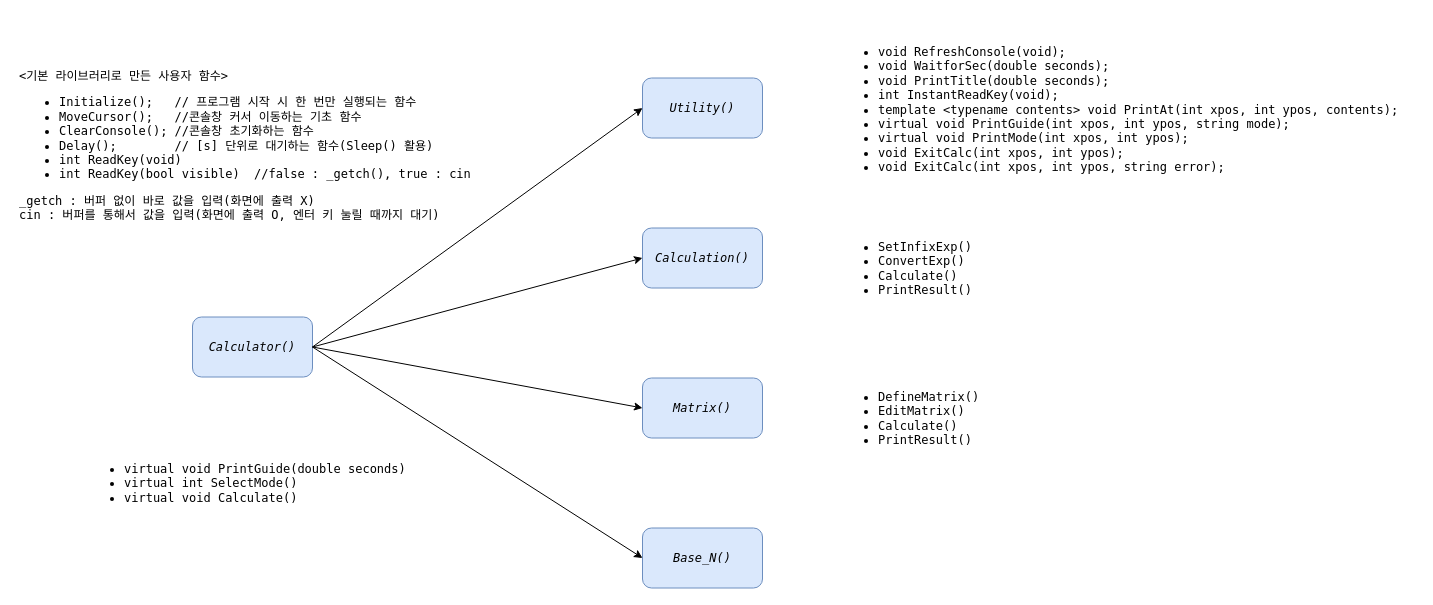
The draw.io diagram Class hierarchy.drawio in vimpelican/project-introduction-to-programming-2, before the edit. Source tidied: cells renumbered, new cells numbered last; positions are measured from the earlier drawing's top-left corner, leaving out a move shared by most shapes. Both pictures are drawn from the tidied source at 100%, with x=0, y=0 at pixel (17, 17).
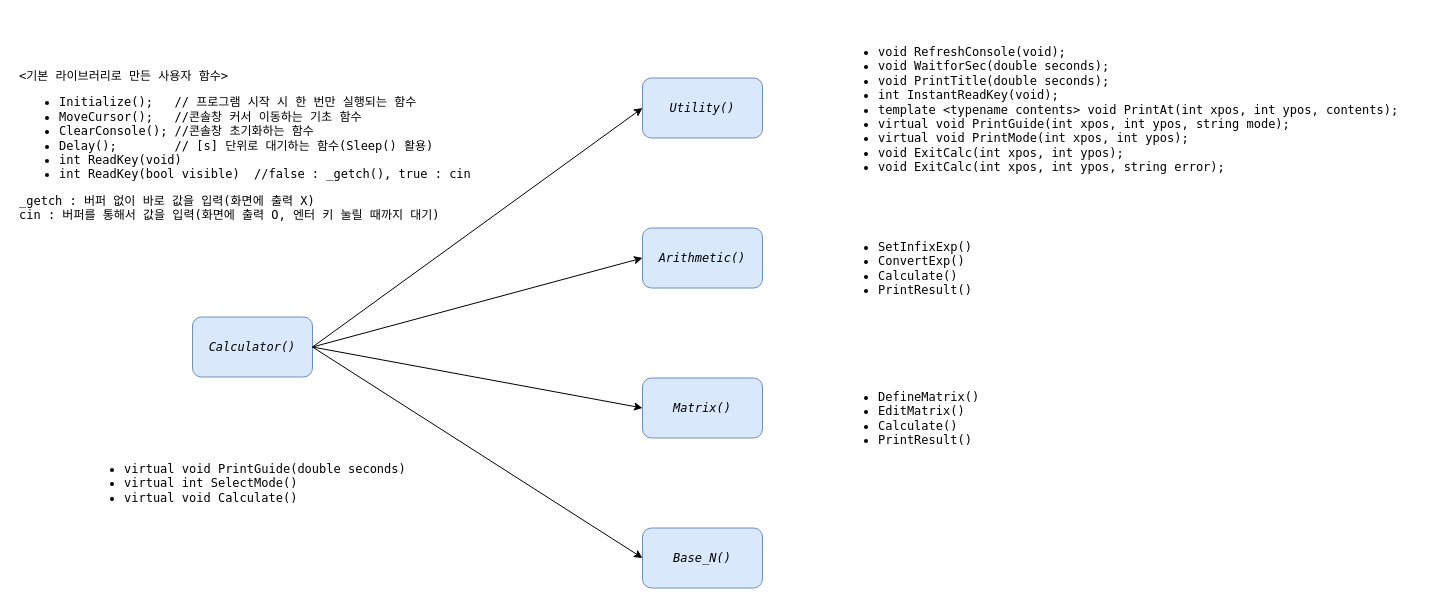
The same page after the edit.

Commit message (it also covers changes not shown here):
Rename class(from calculation to arithmetic)

Change to the diagram source:
```diff
@@
 <mxGraphModel>
   <root>
     <mxCell id="0" />
     <mxCell id="1" parent="0" />
     <mxCell id="2" value="Calculator()" style="rounded=1;whiteSpace=wrap;html=1;fillColor=#dae8fc;strokeColor=#6c8ebf;fontFamily=Lucida Console;fontStyle=2;" parent="1" vertex="1">
       <mxGeometry x="175" y="299.5" width="120" height="60" as="geometry" />
     </mxCell>
     <mxCell id="3" value="Utility()" style="rounded=1;whiteSpace=wrap;html=1;fillColor=#dae8fc;strokeColor=#6c8ebf;fontFamily=Lucida Console;fontStyle=2;" parent="1" vertex="1">
       <mxGeometry x="625" y="60.5" width="120" height="60" as="geometry" />
     </mxCell>
     <mxCell id="4" value="Matrix()" style="rounded=1;whiteSpace=wrap;html=1;fillColor=#dae8fc;strokeColor=#6c8ebf;fontFamily=Lucida Console;fontStyle=2;" parent="1" vertex="1">
       <mxGeometry x="625" y="360.5" width="120" height="60" as="geometry" />
     </mxCell>
-    <mxCell id="5" value="Calculation()" style="rounded=1;whiteSpace=wrap;html=1;fillColor=#dae8fc;strokeColor=#6c8ebf;fontFamily=Lucida Console;fontStyle=2;" parent="1" vertex="1">
+    <mxCell id="5" value="Arithmetic()" style="rounded=1;whiteSpace=wrap;html=1;fillColor=#dae8fc;strokeColor=#6c8ebf;fontFamily=Lucida Console;fontStyle=2;" parent="1" vertex="1">
       <mxGeometry x="625" y="210.5" width="120" height="60" as="geometry" />
     </mxCell>
     <mxCell id="6" value="Base_N()" style="rounded=1;whiteSpace=wrap;html=1;fillColor=#dae8fc;strokeColor=#6c8ebf;fontFamily=Lucida Console;fontStyle=2;" parent="1" vertex="1">
       <mxGeometry x="625" y="510.5" width="120" height="60" as="geometry" />
     </mxCell>
     <mxCell id="7" value="&lt;div&gt;&lt;/div&gt;&lt;div&gt;&lt;br&gt;&lt;/div&gt;&lt;span&gt;&amp;lt;기본 라이브러리로 만든 사용자 함수&amp;gt;&lt;/span&gt;&lt;br&gt;&lt;ul&gt;&lt;li&gt;&lt;span&gt;Initialize();&amp;nbsp; &amp;nbsp;// 프로그램 시작 시 한 번만 실행되는 함수&lt;/span&gt;&lt;/li&gt;&lt;li&gt;&lt;span&gt;MoveCursor();&amp;nbsp; &amp;nbsp;//콘솔창 커서 이동하는 기초 함수&lt;/span&gt;&lt;/li&gt;&lt;li&gt;&lt;span&gt;ClearConsole(); //콘솔창 초기화하는 함수&lt;/span&gt;&lt;/li&gt;&lt;li&gt;&lt;span&gt;Delay();&amp;nbsp; &amp;nbsp; &amp;nbsp; &amp;nbsp; // [s] 단위로 대기하는 함수(Sleep() 활용)&lt;/span&gt;&lt;/li&gt;&lt;li&gt;&lt;span&gt;int ReadKey(void)&lt;/span&gt;&lt;/li&gt;&lt;li&gt;int ReadKey(bool visible)&amp;nbsp; //false : _getch(), true : cin&lt;/li&gt;&lt;/ul&gt;_getch : 버퍼 없이 바로 값을 입력(화면에 출력 X)&lt;br&gt;cin : 버퍼를 통해서 값을 입력(화면에 출력 O, 엔터 키 눌릴 때까지 대기)" style="text;html=1;align=left;verticalAlign=middle;fontFamily=Lucida Console;fontStyle=0;" parent="1" vertex="1">
       <mxGeometry y="35.5" width="470" height="170" as="geometry" />
     </mxCell>
     <mxCell id="8" value="&lt;div&gt;&lt;br&gt;&lt;/div&gt;&lt;ul&gt;&lt;li&gt;void RefreshConsole(void);&lt;/li&gt;&lt;li&gt;void WaitforSec(double seconds);&lt;/li&gt;&lt;li&gt;void PrintTitle(double seconds);&lt;/li&gt;&lt;li&gt;int InstantReadKey(void);&lt;/li&gt;&lt;li&gt;template &amp;lt;typename contents&amp;gt; void PrintAt(int xpos, int ypos, contents);&lt;/li&gt;&lt;li&gt;virtual void PrintGuide(int xpos, int ypos, string mode);&lt;/li&gt;&lt;li&gt;virtual void PrintMode(int xpos, int ypos);&lt;/li&gt;&lt;li&gt;void ExitCalc(int xpos, int ypos);&lt;/li&gt;&lt;li&gt;void ExitCalc(int xpos, int ypos, string error);&lt;span style=&quot;white-space: pre&quot;&gt;&#9;&lt;/span&gt;&lt;/li&gt;&lt;/ul&gt;" style="text;html=1;align=left;verticalAlign=middle;fontFamily=Lucida Console;" parent="1" vertex="1">
       <mxGeometry x="819" width="580" height="170" as="geometry" />
     </mxCell>
     <mxCell id="9" value="&lt;ul&gt;&lt;li&gt;SetInfixExp()&lt;br&gt;&lt;/li&gt;&lt;li&gt;ConvertExp()&lt;/li&gt;&lt;li&gt;Calculate()&lt;/li&gt;&lt;li&gt;PrintResult()&lt;/li&gt;&lt;/ul&gt;" style="text;html=1;align=left;verticalAlign=middle;fontFamily=Lucida Console;" parent="1" vertex="1">
       <mxGeometry x="819" y="205.5" width="150" height="90" as="geometry" />
     </mxCell>
     <mxCell id="10" value="&lt;ul&gt;&lt;li&gt;DefineMatrix()&lt;/li&gt;&lt;li&gt;EditMatrix()&lt;/li&gt;&lt;li&gt;Calculate()&lt;/li&gt;&lt;li&gt;PrintResult()&lt;/li&gt;&lt;/ul&gt;" style="text;html=1;align=left;verticalAlign=middle;fontFamily=Lucida Console;" parent="1" vertex="1">
       <mxGeometry x="819" y="355.5" width="160" height="90" as="geometry" />
     </mxCell>
     <mxCell id="11" value="&lt;ul&gt;&lt;li&gt;virtual void PrintGuide(double seconds)&lt;/li&gt;&lt;li&gt;virtual int SelectMode()&lt;/li&gt;&lt;li&gt;virtual void Calculate()&lt;/li&gt;&lt;/ul&gt;" style="text;html=1;align=left;verticalAlign=middle;fontFamily=Lucida Console;" parent="1" vertex="1">
       <mxGeometry x="65" y="430.5" width="340" height="70" as="geometry" />
     </mxCell>
     <mxCell id="12" style="endArrow=classic;html=1;fontFamily=Lucida Console;entryX=0;entryY=0.5;entryDx=0;entryDy=0;exitX=1;exitY=0.5;exitDx=0;exitDy=0;" parent="1" edge="1" source="2" target="3">
       <mxGeometry relative="1" as="geometry" />
     </mxCell>
     <mxCell id="13" style="endArrow=classic;html=1;fontFamily=Lucida Console;entryX=0;entryY=0.5;entryDx=0;entryDy=0;exitX=1;exitY=0.5;exitDx=0;exitDy=0;" parent="1" edge="1" source="2" target="5">
       <mxGeometry relative="1" as="geometry" />
     </mxCell>
     <mxCell id="14" style="endArrow=classic;html=1;fontFamily=Lucida Console;entryX=0;entryY=0.5;entryDx=0;entryDy=0;exitX=1;exitY=0.5;exitDx=0;exitDy=0;" parent="1" edge="1" source="2" target="4">
       <mxGeometry relative="1" as="geometry" />
     </mxCell>
     <mxCell id="15" style="endArrow=classic;html=1;fontFamily=Lucida Console;entryX=0;entryY=0.5;entryDx=0;entryDy=0;exitX=1;exitY=0.5;exitDx=0;exitDy=0;" parent="1" edge="1" source="2" target="6">
       <mxGeometry relative="1" as="geometry" />
     </mxCell>
   </root>
 </mxGraphModel>
```
